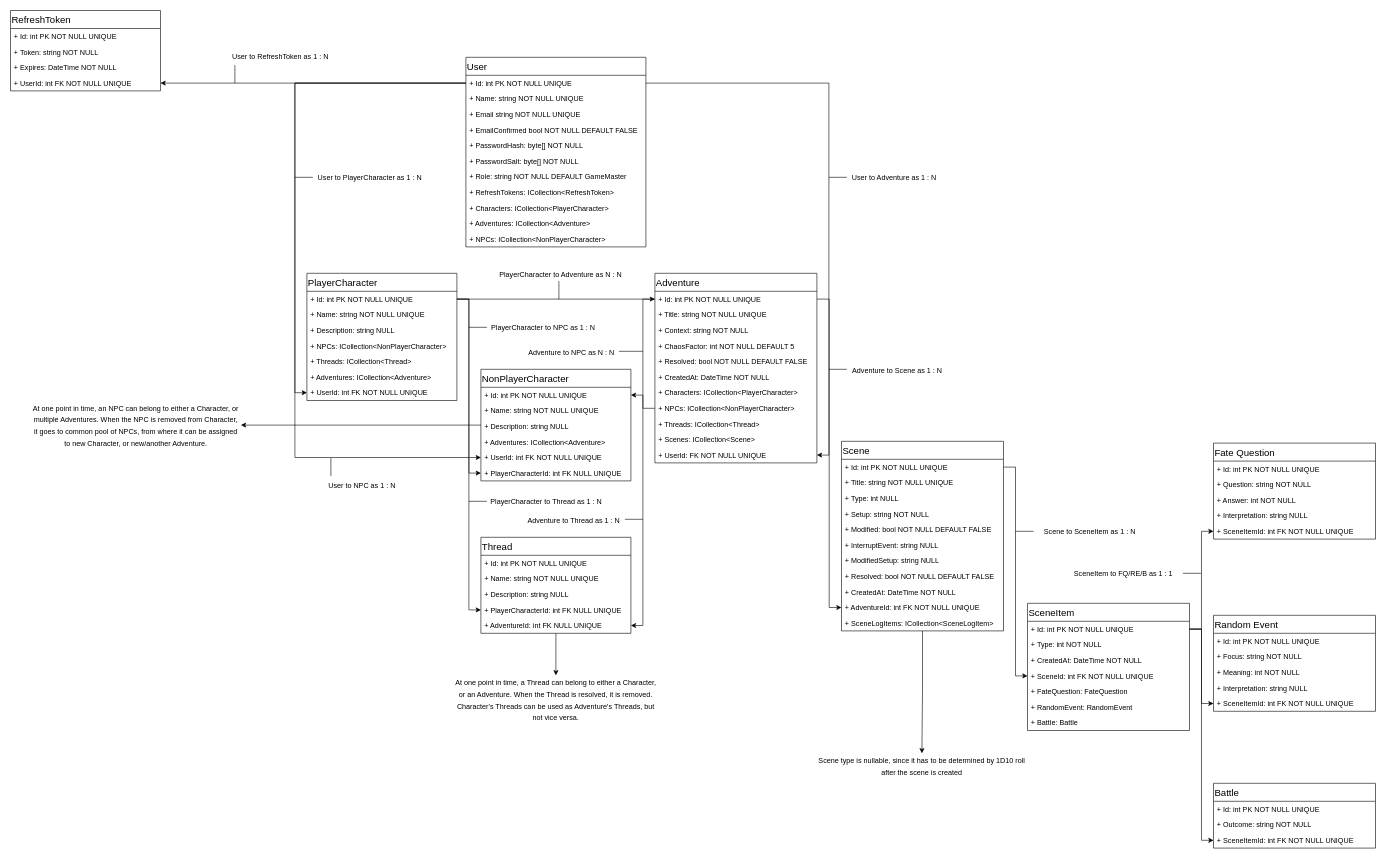
The draw.io diagram page "Data Structure" (3 of 3) of App Flow and Data Structure.drawio in StanisKo/MGME, before the edit. Source tidied: cells renumbered, new cells numbered last; positions are measured from the earlier drawing's top-left corner, leaving out a move shared by most shapes. Both pictures are drawn from the tidied source at 60%, with x=0, y=0 at pixel (10, 10).
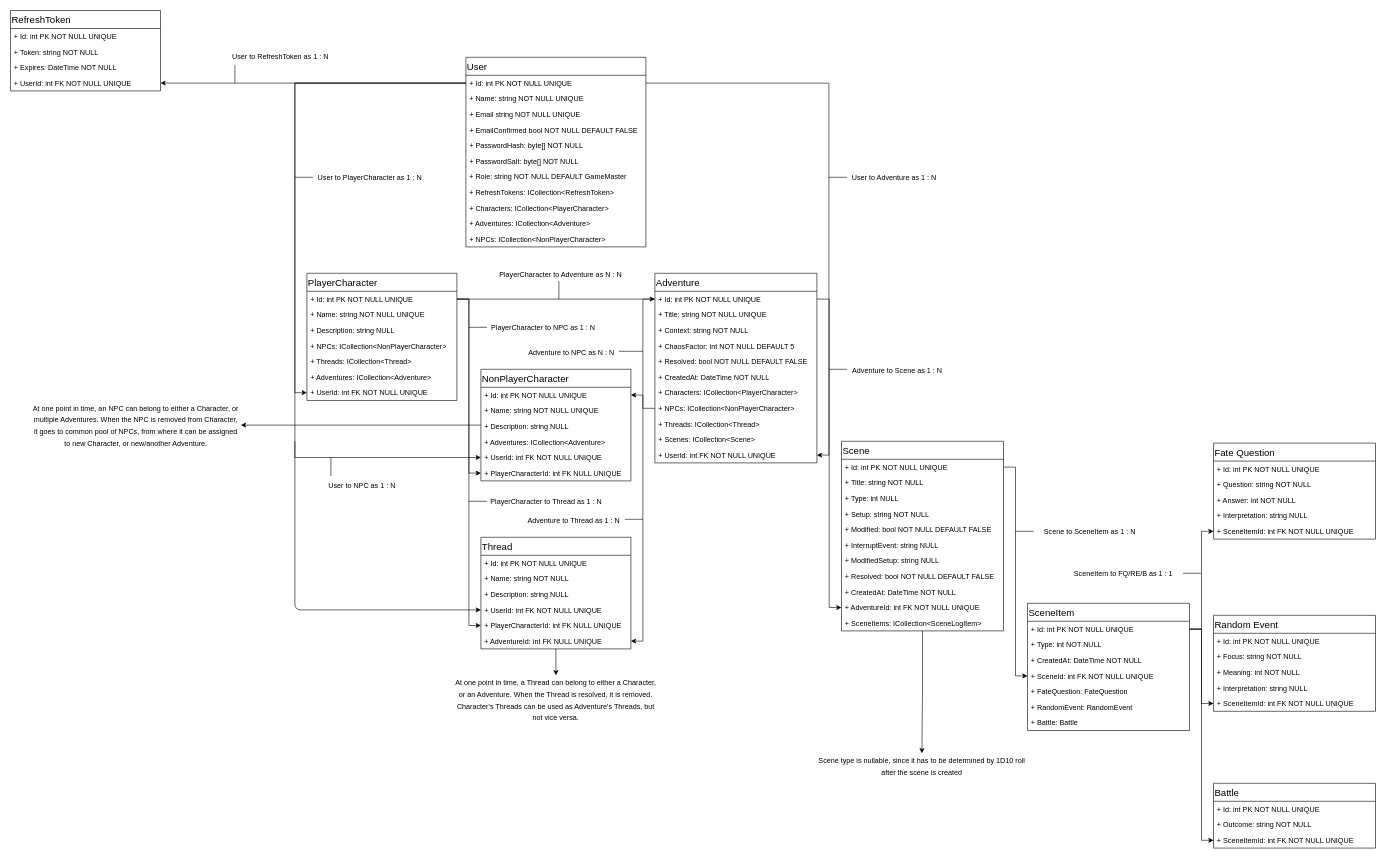
After the change.

The change refers to these unchanged cells:
```xml
<mxCell id="18" value="Adventure" style="swimlane;fontStyle=0;align=left;verticalAlign=top;horizontal=1;startSize=30;rounded=0;strokeColor=#000000;strokeWidth=1;fillColor=none;fontSize=16;fontColor=#000000;" parent="1" vertex="1">
  <mxGeometry x="1074" y="438" width="270" height="316" as="geometry" />
</mxCell>
<mxCell id="51" value="Scene" style="swimlane;fontStyle=0;align=left;verticalAlign=top;horizontal=1;startSize=30;rounded=0;strokeColor=#000000;strokeWidth=1;fillColor=none;fontSize=16;fontColor=#000000;" parent="1" vertex="1">
  <mxGeometry x="1385" y="718" width="270" height="316" as="geometry" />
</mxCell>
```

What changed in the source:
```diff
@@
     <mxCell id="11" value="Thread" style="swimlane;fontStyle=0;align=left;verticalAlign=top;horizontal=1;startSize=30;rounded=0;strokeColor=#000000;strokeWidth=1;fillColor=none;fontSize=16;fontColor=#000000;" parent="1" vertex="1">
-      <mxGeometry x="784" y="878" width="250" height="160" as="geometry" />
+      <mxGeometry x="784" y="878" width="250" height="186" as="geometry" />
     </mxCell>
@@
-    <mxCell id="13" value="+ Name: string NOT NULL UNIQUE" style="text;strokeColor=none;fillColor=none;align=left;verticalAlign=top;spacingLeft=4;spacingRight=4;overflow=hidden;" parent="11" vertex="1">
+    <mxCell id="13" value="+ Name: string NOT NULL" style="text;strokeColor=none;fillColor=none;align=left;verticalAlign=top;spacingLeft=4;spacingRight=4;overflow=hidden;" parent="11" vertex="1">
       <mxGeometry y="56" width="250" height="26" as="geometry" />
     </mxCell>
@@
+    <mxCell id="132" value="+ UserId: int FK NOT NULL UNIQUE" style="text;strokeColor=none;fillColor=none;align=left;verticalAlign=top;spacingLeft=4;spacingRight=4;overflow=hidden;points=[[0,0.5],[1,0.5]];portConstraint=eastwest;" parent="11" vertex="1">
+      <mxGeometry y="108" width="250" height="26" as="geometry" />
+    </mxCell>
     <mxCell id="15" value="+ PlayerCharacterId: int FK NULL UNIQUE" style="text;strokeColor=none;fillColor=none;align=left;verticalAlign=top;spacingLeft=4;spacingRight=4;overflow=hidden;points=[[0,0.5],[1,0.5]];portConstraint=eastwest;" parent="11" vertex="1">
-      <mxGeometry y="108" width="250" height="26" as="geometry" />
+      <mxGeometry y="134" width="250" height="26" as="geometry" />
     </mxCell>
     <mxCell id="16" value="+ AdventureId: int FK NULL UNIQUE" style="text;strokeColor=none;fillColor=none;align=left;verticalAlign=top;spacingLeft=4;spacingRight=4;overflow=hidden;points=[[0,0.5],[1,0.5]];portConstraint=eastwest;" parent="11" vertex="1">
-      <mxGeometry y="134" width="250" height="26" as="geometry" />
+      <mxGeometry y="160" width="250" height="26" as="geometry" />
     </mxCell>
@@
-    <mxCell id="29" value="+ UserId: FK NOT NULL UNIQUE" style="text;strokeColor=none;fillColor=none;align=left;verticalAlign=top;spacingLeft=4;spacingRight=4;overflow=hidden;points=[[0,0.5],[1,0.5]];portConstraint=eastwest;" parent="18" vertex="1">
+    <mxCell id="29" value="+ UserId: int FK NOT NULL UNIQUE" style="text;strokeColor=none;fillColor=none;align=left;verticalAlign=top;spacingLeft=4;spacingRight=4;overflow=hidden;points=[[0,0.5],[1,0.5]];portConstraint=eastwest;" parent="18" vertex="1">
       <mxGeometry y="290" width="270" height="26" as="geometry" />
     </mxCell>
@@
-    <mxCell id="53" value="+ Title: string NOT NULL UNIQUE" style="text;strokeColor=none;fillColor=none;align=left;verticalAlign=top;spacingLeft=4;spacingRight=4;overflow=hidden;" parent="51" vertex="1">
+    <mxCell id="53" value="+ Title: string NOT NULL" style="text;strokeColor=none;fillColor=none;align=left;verticalAlign=top;spacingLeft=4;spacingRight=4;overflow=hidden;" parent="51" vertex="1">
       <mxGeometry y="56" width="270" height="26" as="geometry" />
     </mxCell>
@@
-    <mxCell id="62" value="+ SceneLogItems: ICollection&lt;SceneLogItem&gt;" style="text;strokeColor=none;fillColor=none;align=left;verticalAlign=top;spacingLeft=4;spacingRight=4;overflow=hidden;" parent="51" vertex="1">
+    <mxCell id="62" value="+ SceneItems: ICollection&lt;SceneLogItem&gt;" style="text;strokeColor=none;fillColor=none;align=left;verticalAlign=top;spacingLeft=4;spacingRight=4;overflow=hidden;" parent="51" vertex="1">
       <mxGeometry y="290" width="270" height="26" as="geometry" />
     </mxCell>
@@
+    <mxCell id="133" style="endArrow=classic;html=1;strokeWidth=1;fontSize=16;fontColor=#000000;entryX=0;entryY=0.5;entryDx=0;entryDy=0;" parent="1" edge="1" target="132">
+      <mxGeometry relative="1" as="geometry">
+        <mxPoint x="474" y="718" as="sourcePoint" />
+        <Array as="points">
+          <mxPoint x="474" y="999" />
+        </Array>
+      </mxGeometry>
+    </mxCell>
```
